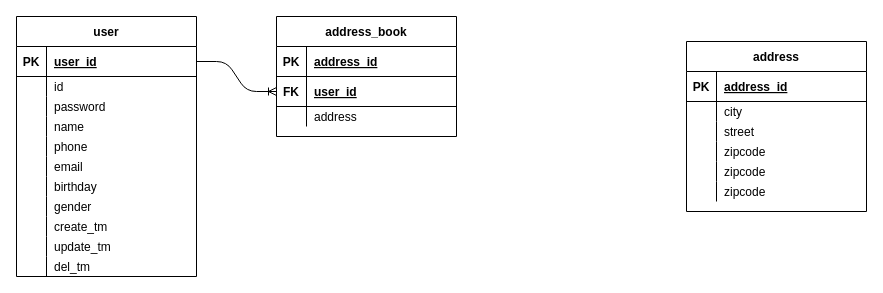
The draw.io diagram JpaProjectERD.drawio in dirtysmile/jpaProject, before the edit. Source tidied: cells renumbered, new cells numbered last; positions are measured from the earlier drawing's top-left corner, leaving out a move shared by most shapes. Both pictures are drawn from the tidied source at 100%, with x=0, y=0 at pixel (16, 16).
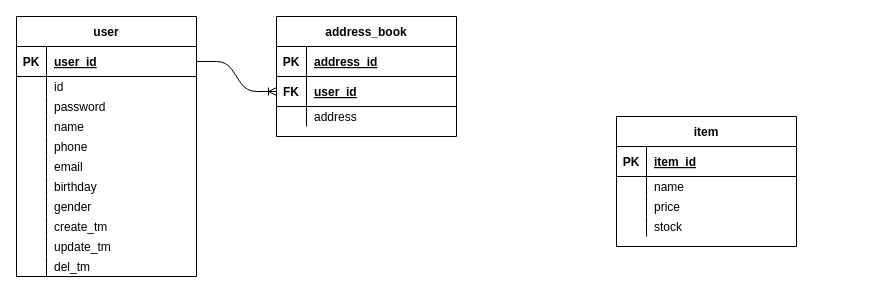
Above is the later version.

Unchanged cells that the change refers to:
```xml
<mxCell id="47" style="shape=partialRectangle;fillColor=none;top=0;left=0;bottom=1;right=0;" parent="46" vertex="1">
  <mxGeometry y="30" width="180" height="30" as="geometry" />
</mxCell>
<mxCell id="50" style="shape=partialRectangle;fillColor=none;top=0;left=0;bottom=0;right=0;" parent="46" vertex="1">
  <mxGeometry y="60" width="180" height="20" as="geometry" />
</mxCell>
<mxCell id="53" style="shape=partialRectangle;fillColor=none;top=0;left=0;bottom=0;right=0;" parent="46" vertex="1">
  <mxGeometry y="80" width="180" height="20" as="geometry" />
</mxCell>
<mxCell id="56" style="shape=partialRectangle;fillColor=none;top=0;left=0;bottom=0;right=0;" parent="46" vertex="1">
  <mxGeometry y="100" width="180" height="20" as="geometry" />
</mxCell>
```

Change to the diagram source:
```diff
@@
-    <mxCell id="46" value="address" style="shape=table;startSize=30;childLayout=tableLayout;rowLines=0;fontStyle=1;align=center;" parent="1" vertex="1">
-      <mxGeometry x="670" y="25" width="180" height="170" as="geometry" />
+    <mxCell id="46" value="item" style="shape=table;startSize=30;childLayout=tableLayout;rowLines=0;fontStyle=1;align=center;" parent="1" vertex="1">
+      <mxGeometry x="600" y="100" width="180" height="130" as="geometry" />
     </mxCell>
@@
-    <mxCell id="49" value="address_id" style="shape=partialRectangle;fillColor=none;top=0;left=0;bottom=0;right=0;align=left;spacingLeft=6;fontStyle=5;overflow=hidden;" parent="47" vertex="1">
+    <mxCell id="49" value="item_id" style="shape=partialRectangle;fillColor=none;top=0;left=0;bottom=0;right=0;align=left;spacingLeft=6;fontStyle=5;overflow=hidden;" parent="47" vertex="1">
       <mxGeometry x="30" width="150" height="30" as="geometry" />
     </mxCell>
@@
-    <mxCell id="52" value="city" style="shape=partialRectangle;fillColor=none;top=0;left=0;bottom=0;right=0;align=left;spacingLeft=6;overflow=hidden;" parent="50" vertex="1">
+    <mxCell id="52" value="name" style="shape=partialRectangle;fillColor=none;top=0;left=0;bottom=0;right=0;align=left;spacingLeft=6;overflow=hidden;" parent="50" vertex="1">
       <mxGeometry x="30" width="150" height="20" as="geometry" />
     </mxCell>
@@
-    <mxCell id="55" value="street" style="shape=partialRectangle;fillColor=none;top=0;left=0;bottom=0;right=0;align=left;spacingLeft=6;overflow=hidden;" parent="53" vertex="1">
+    <mxCell id="55" value="price" style="shape=partialRectangle;fillColor=none;top=0;left=0;bottom=0;right=0;align=left;spacingLeft=6;overflow=hidden;" parent="53" vertex="1">
       <mxGeometry x="30" width="150" height="20" as="geometry" />
     </mxCell>
@@
-    <mxCell id="58" value="zipcode" style="shape=partialRectangle;fillColor=none;top=0;left=0;bottom=0;right=0;align=left;spacingLeft=6;overflow=hidden;" parent="56" vertex="1">
+    <mxCell id="58" value="stock" style="shape=partialRectangle;fillColor=none;top=0;left=0;bottom=0;right=0;align=left;spacingLeft=6;overflow=hidden;" parent="56" vertex="1">
       <mxGeometry x="30" width="150" height="20" as="geometry" />
     </mxCell>
-    <mxCell id="59" style="shape=partialRectangle;fillColor=none;top=0;left=0;bottom=0;right=0;" parent="46" vertex="1">
-      <mxGeometry y="120" width="180" height="20" as="geometry" />
-    </mxCell>
-    <mxCell id="60" style="shape=partialRectangle;fillColor=none;top=0;left=0;bottom=0;right=0;overflow=hidden;" parent="59" vertex="1">
-      <mxGeometry width="30" height="20" as="geometry" />
-    </mxCell>
-    <mxCell id="61" value="zipcode" style="shape=partialRectangle;fillColor=none;top=0;left=0;bottom=0;right=0;align=left;spacingLeft=6;overflow=hidden;" parent="59" vertex="1">
-      <mxGeometry x="30" width="150" height="20" as="geometry" />
-    </mxCell>
-    <mxCell id="62" style="shape=partialRectangle;fillColor=none;top=0;left=0;bottom=0;right=0;" parent="46" vertex="1">
-      <mxGeometry y="140" width="180" height="20" as="geometry" />
-    </mxCell>
-    <mxCell id="63" style="shape=partialRectangle;fillColor=none;top=0;left=0;bottom=0;right=0;overflow=hidden;" parent="62" vertex="1">
-      <mxGeometry width="30" height="20" as="geometry" />
-    </mxCell>
-    <mxCell id="64" value="zipcode" style="shape=partialRectangle;fillColor=none;top=0;left=0;bottom=0;right=0;align=left;spacingLeft=6;overflow=hidden;" parent="62" vertex="1">
-      <mxGeometry x="30" width="150" height="20" as="geometry" />
-    </mxCell>
```
